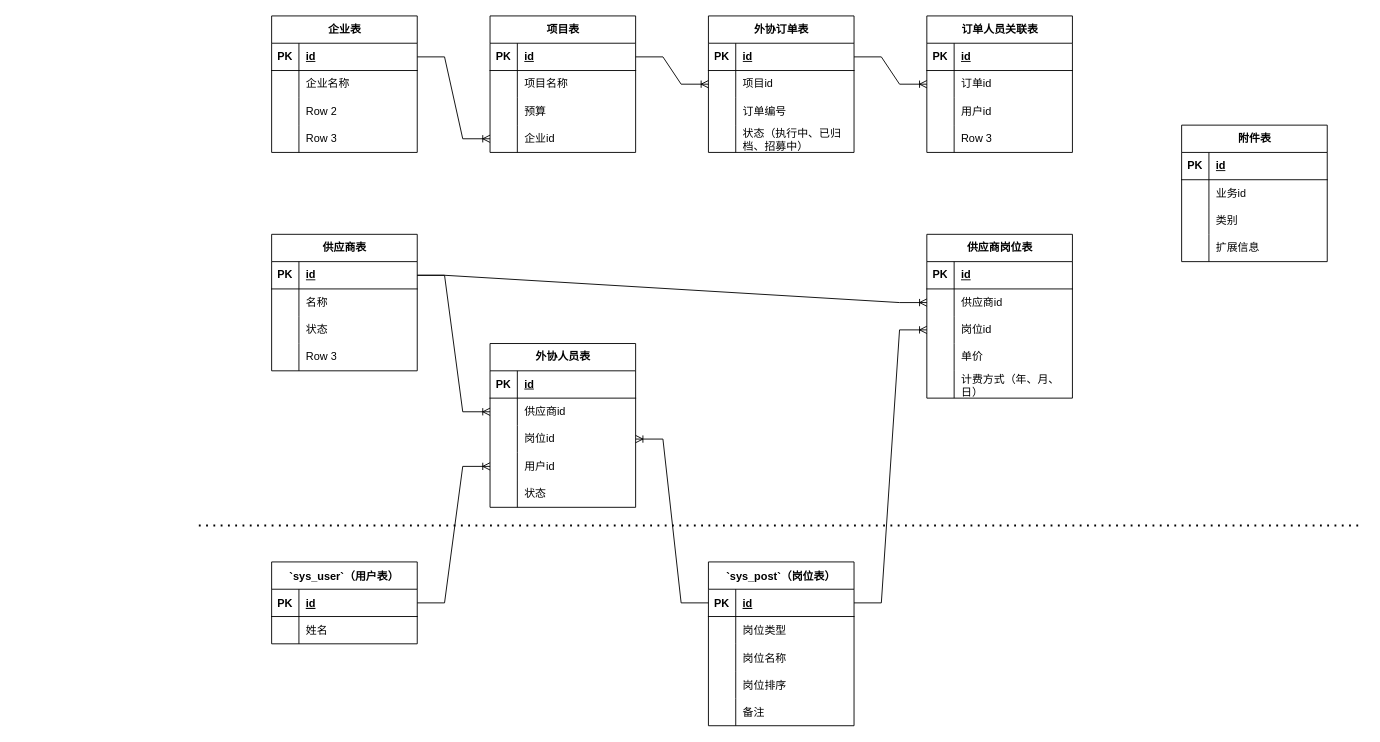
Earlier version of the draw.io diagram extend-staff/业务模型.drawio (Qunz/drawio). Source tidied: cells renumbered, new cells numbered last; positions are measured from the earlier drawing's top-left corner, leaving out a move shared by most shapes. Both pictures are drawn from the tidied source at 91%, with x=0, y=0 at pixel (198, 15).
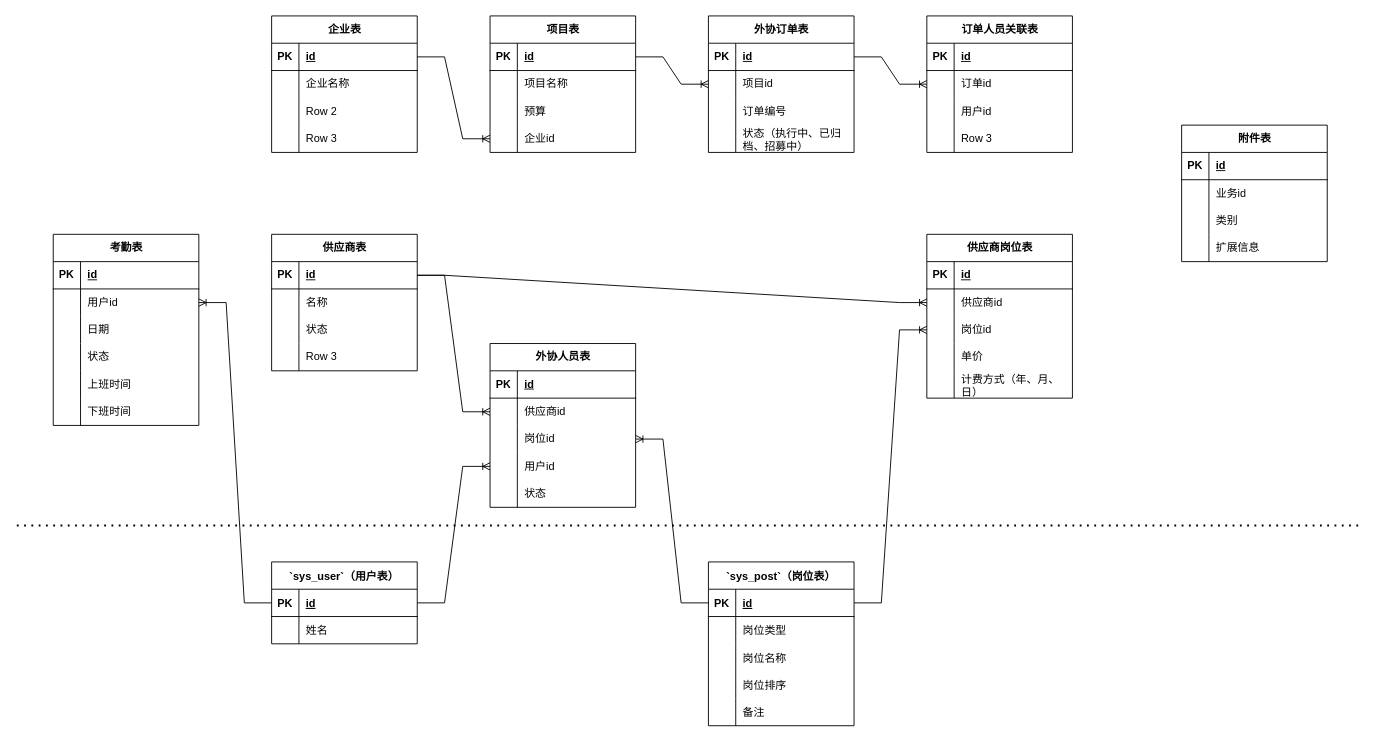
After the change.

Commit message (it also covers changes not shown here):
更新业务模型.drawio

The change refers to these unchanged cells:
```xml
<mxCell id="137" style="shape=tableRow;horizontal=0;startSize=0;swimlaneHead=0;swimlaneBody=0;fillColor=none;points=[[0,0.5],[1,0.5]];portConstraint=eastwest;strokeColor=inherit;top=0;left=0;right=0;bottom=1;" parent="136" vertex="1">
  <mxGeometry y="30" width="160" height="30" as="geometry" />
</mxCell>
```

Diff of the diagram source:
```diff
@@
     <mxCell id="133" style="endArrow=none;dashed=1;html=1;dashPattern=1 3;strokeWidth=2;rounded=0;" parent="1" edge="1">
       <mxGeometry relative="1" as="geometry">
-        <mxPoint y="560" as="sourcePoint" />
+        <mxPoint x="-200" y="560" as="sourcePoint" />
         <mxPoint x="1280" y="560" as="targetPoint" />
       </mxGeometry>
     </mxCell>
@@
+    <mxCell id="144" value="考勤表" style="shape=table;startSize=30;childLayout=tableLayout;rowLines=0;fontStyle=1;align=center;html=1;" parent="1" vertex="1">
+      <mxGeometry x="-160" y="240" width="160" height="210" as="geometry" />
+    </mxCell>
+    <mxCell id="145" style="shape=tableRow;horizontal=0;startSize=0;swimlaneHead=0;swimlaneBody=0;fillColor=none;top=0;left=0;right=0;bottom=1;" parent="144" vertex="1">
+      <mxGeometry y="30" width="160" height="30" as="geometry" />
+    </mxCell>
+    <mxCell id="146" value="PK" style="shape=partialRectangle;fillColor=none;top=0;left=0;bottom=0;right=0;fontStyle=1;overflow=hidden;whiteSpace=wrap;html=1;" parent="145" vertex="1">
+      <mxGeometry width="30" height="30" as="geometry" />
+    </mxCell>
+    <mxCell id="147" value="id" style="shape=partialRectangle;fillColor=none;top=0;left=0;bottom=0;right=0;align=left;spacingLeft=6;fontStyle=5;overflow=hidden;whiteSpace=wrap;html=1;" parent="145" vertex="1">
+      <mxGeometry x="30" width="130" height="30" as="geometry" />
+    </mxCell>
+    <mxCell id="148" style="shape=tableRow;horizontal=0;startSize=0;swimlaneHead=0;swimlaneBody=0;fillColor=none;points=[[0,0.5],[1,0.5]];portConstraint=eastwest;top=0;left=0;right=0;bottom=0;" parent="144" vertex="1">
+      <mxGeometry y="60" width="160" height="30" as="geometry" />
+    </mxCell>
+    <mxCell id="149" style="shape=partialRectangle;fillColor=none;top=0;left=0;bottom=0;right=0;overflow=hidden;whiteSpace=wrap;html=1;" parent="148" vertex="1">
+      <mxGeometry width="30" height="30" as="geometry" />
+    </mxCell>
+    <mxCell id="150" value="用户id" style="shape=partialRectangle;fillColor=none;top=0;left=0;bottom=0;right=0;align=left;spacingLeft=6;overflow=hidden;whiteSpace=wrap;html=1;" parent="148" vertex="1">
+      <mxGeometry x="30" width="130" height="30" as="geometry" />
+    </mxCell>
+    <mxCell id="151" style="shape=tableRow;horizontal=0;startSize=0;swimlaneHead=0;swimlaneBody=0;fillColor=none;top=0;left=0;right=0;bottom=0;" parent="144" vertex="1">
+      <mxGeometry y="90" width="160" height="30" as="geometry" />
+    </mxCell>
+    <mxCell id="152" style="shape=partialRectangle;fillColor=none;top=0;left=0;bottom=0;right=0;overflow=hidden;whiteSpace=wrap;html=1;" parent="151" vertex="1">
+      <mxGeometry width="30" height="30" as="geometry" />
+    </mxCell>
+    <mxCell id="153" value="日期" style="shape=partialRectangle;fillColor=none;top=0;left=0;bottom=0;right=0;align=left;spacingLeft=6;overflow=hidden;whiteSpace=wrap;html=1;" parent="151" vertex="1">
+      <mxGeometry x="30" width="130" height="30" as="geometry" />
+    </mxCell>
+    <mxCell id="154" style="shape=tableRow;horizontal=0;startSize=0;swimlaneHead=0;swimlaneBody=0;fillColor=none;top=0;left=0;right=0;bottom=0;" parent="144" vertex="1">
+      <mxGeometry y="120" width="160" height="30" as="geometry" />
+    </mxCell>
+    <mxCell id="155" style="shape=partialRectangle;fillColor=none;top=0;left=0;bottom=0;right=0;overflow=hidden;whiteSpace=wrap;html=1;" parent="154" vertex="1">
+      <mxGeometry width="30" height="30" as="geometry" />
+    </mxCell>
+    <mxCell id="156" value="状态" style="shape=partialRectangle;fillColor=none;top=0;left=0;bottom=0;right=0;align=left;spacingLeft=6;overflow=hidden;whiteSpace=wrap;html=1;" parent="154" vertex="1">
+      <mxGeometry x="30" width="130" height="30" as="geometry" />
+    </mxCell>
+    <mxCell id="157" style="shape=tableRow;horizontal=0;startSize=0;swimlaneHead=0;swimlaneBody=0;fillColor=none;top=0;left=0;right=0;bottom=0;" parent="144" vertex="1">
+      <mxGeometry y="150" width="160" height="30" as="geometry" />
+    </mxCell>
+    <mxCell id="158" style="shape=partialRectangle;fillColor=none;top=0;left=0;bottom=0;right=0;overflow=hidden;whiteSpace=wrap;html=1;" parent="157" vertex="1">
+      <mxGeometry width="30" height="30" as="geometry" />
+    </mxCell>
+    <mxCell id="159" value="上班时间" style="shape=partialRectangle;fillColor=none;top=0;left=0;bottom=0;right=0;align=left;spacingLeft=6;overflow=hidden;whiteSpace=wrap;html=1;" parent="157" vertex="1">
+      <mxGeometry x="30" width="130" height="30" as="geometry" />
+    </mxCell>
+    <mxCell id="160" style="shape=tableRow;horizontal=0;startSize=0;swimlaneHead=0;swimlaneBody=0;fillColor=none;top=0;left=0;right=0;bottom=0;" parent="144" vertex="1">
+      <mxGeometry y="180" width="160" height="30" as="geometry" />
+    </mxCell>
+    <mxCell id="161" style="shape=partialRectangle;fillColor=none;top=0;left=0;bottom=0;right=0;overflow=hidden;whiteSpace=wrap;html=1;" parent="160" vertex="1">
+      <mxGeometry width="30" height="30" as="geometry" />
+    </mxCell>
+    <mxCell id="162" value="下班时间" style="shape=partialRectangle;fillColor=none;top=0;left=0;bottom=0;right=0;align=left;spacingLeft=6;overflow=hidden;whiteSpace=wrap;html=1;" parent="160" vertex="1">
+      <mxGeometry x="30" width="130" height="30" as="geometry" />
+    </mxCell>
+    <mxCell id="163" style="edgeStyle=entityRelationEdgeStyle;fontSize=12;html=1;endArrow=ERoneToMany;rounded=0;exitX=0;exitY=0.5;exitDx=0;exitDy=0;entryX=1;entryY=0.5;entryDx=0;entryDy=0;" parent="1" edge="1" source="137" target="148">
+      <mxGeometry relative="1" as="geometry" />
+    </mxCell>
```
